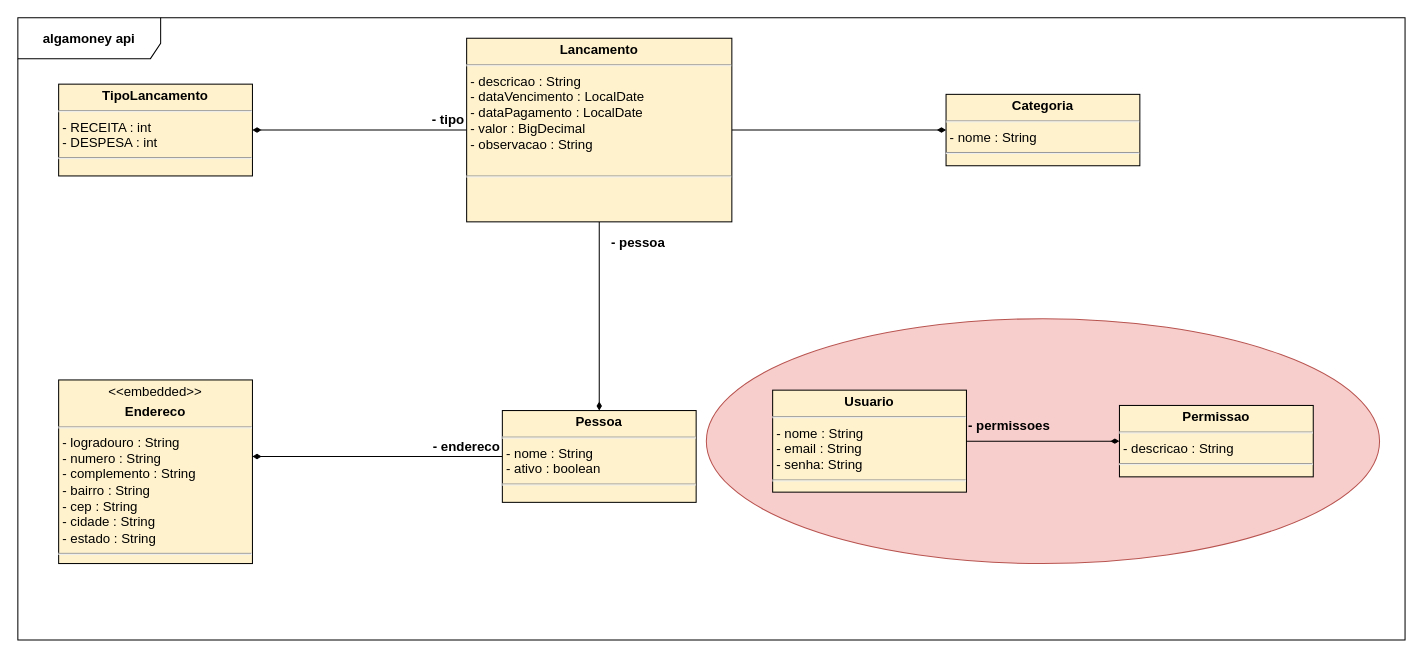
wbaamaral/curso.algaworks-algamoneyapi keeps this draw.io diagram as src/main/resources/uml/diagramaDeClassesAlgamoneyApi.drawio. Above is the earlier version. Source tidied: cells renumbered, new cells numbered last; positions are measured from the earlier drawing's top-left corner, leaving out a move shared by most shapes. Both pictures are drawn from the tidied source at 102%, with x=0, y=0 at pixel (17, 17).
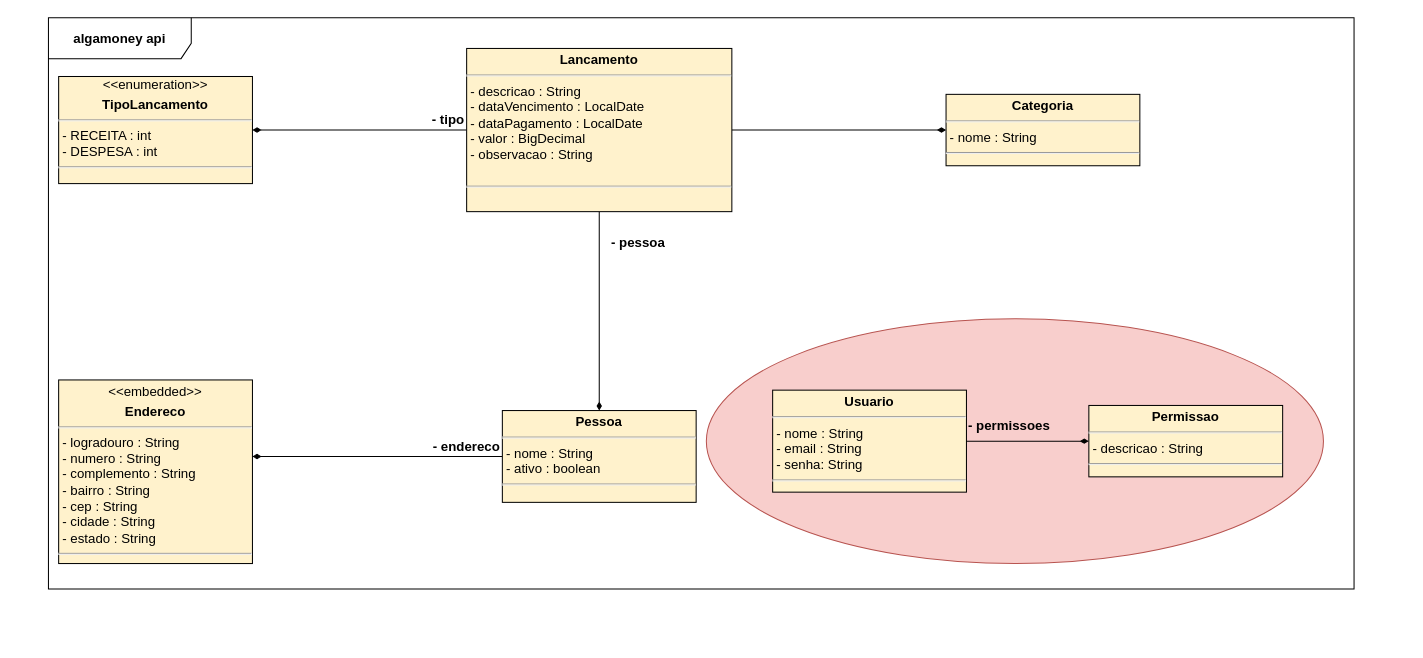
After the change.

Commit message:
ajuste mínimo no diagrama de classes

What changed in the source:
```diff
@@
 <mxGraphModel>
   <root>
     <mxCell id="0" />
     <mxCell id="1" parent="0" />
     <mxCell id="2" value="&lt;b&gt;algamoney api&lt;/b&gt;" style="shape=umlFrame;whiteSpace=wrap;html=1;rounded=0;shadow=0;glass=0;sketch=0;strokeColor=#000000;strokeWidth=1;fillColor=none;gradientColor=none;fontSize=13;align=center;width=140;height=40;" parent="1" vertex="1">
-      <mxGeometry width="1360" height="610" as="geometry" />
+      <mxGeometry x="30" width="1280" height="560" as="geometry" />
     </mxCell>
     <mxCell id="3" value="&lt;p style=&quot;margin: 4px 0px 0px; text-align: center; font-size: 13px;&quot;&gt;&lt;b style=&quot;font-size: 13px;&quot;&gt;Categoria&lt;/b&gt;&lt;/p&gt;&lt;hr style=&quot;font-size: 13px;&quot;&gt;&lt;p style=&quot;margin: 0px 0px 0px 4px; font-size: 13px;&quot;&gt;- nome : String&lt;br style=&quot;font-size: 13px;&quot;&gt;&lt;/p&gt;&lt;hr style=&quot;font-size: 13px;&quot;&gt;&lt;p style=&quot;margin: 0px 0px 0px 4px; font-size: 13px;&quot;&gt;&lt;br style=&quot;font-size: 13px;&quot;&gt;&lt;/p&gt;" style="verticalAlign=top;align=left;overflow=fill;fontSize=13;fontFamily=Helvetica;html=1;rounded=0;shadow=0;glass=0;sketch=0;strokeWidth=1;fillColor=#fff2cc;" parent="1" vertex="1">
       <mxGeometry x="910" y="75" width="190" height="70" as="geometry" />
     </mxCell>
     <mxCell id="4" style="edgeStyle=orthogonalEdgeStyle;rounded=0;jettySize=auto;html=1;endArrow=diamondThin;endFill=1;fontSize=13;" parent="1" edge="1" source="7" target="3">
       <mxGeometry relative="1" as="geometry" />
     </mxCell>
     <mxCell id="5" style="edgeStyle=orthogonalEdgeStyle;rounded=0;jettySize=auto;html=1;endArrow=diamondThin;endFill=1;fontSize=13;" parent="1" edge="1" source="7" target="9">
       <mxGeometry relative="1" as="geometry" />
     </mxCell>
     <mxCell id="6" style="edgeStyle=orthogonalEdgeStyle;rounded=0;jettySize=auto;html=1;endArrow=diamondThin;endFill=1;fontSize=13;" parent="1" edge="1" source="7" target="18">
       <mxGeometry relative="1" as="geometry" />
     </mxCell>
     <mxCell id="7" value="&lt;p style=&quot;margin: 4px 0px 0px; text-align: center; font-size: 13px;&quot;&gt;&lt;b style=&quot;font-size: 13px;&quot;&gt;Lancamento&lt;/b&gt;&lt;/p&gt;&lt;hr style=&quot;font-size: 13px;&quot;&gt;&lt;p style=&quot;margin: 0px 0px 0px 4px; font-size: 13px;&quot;&gt;- descricao : String&lt;br style=&quot;font-size: 13px;&quot;&gt;&lt;/p&gt;&lt;p style=&quot;margin: 0px 0px 0px 4px; font-size: 13px;&quot;&gt;- dataVencimento : LocalDate&lt;/p&gt;&lt;p style=&quot;margin: 0px 0px 0px 4px; font-size: 13px;&quot;&gt;- dataPagamento : LocalDate&lt;/p&gt;&lt;p style=&quot;margin: 0px 0px 0px 4px; font-size: 13px;&quot;&gt;- valor : BigDecimal&lt;/p&gt;&lt;p style=&quot;margin: 0px 0px 0px 4px; font-size: 13px;&quot;&gt;- observacao : String&lt;/p&gt;&lt;p style=&quot;margin: 0px 0px 0px 4px; font-size: 13px;&quot;&gt;&lt;br style=&quot;font-size: 13px;&quot;&gt;&lt;/p&gt;&lt;hr style=&quot;font-size: 13px;&quot;&gt;&lt;p style=&quot;margin: 0px 0px 0px 4px; font-size: 13px;&quot;&gt;&lt;br style=&quot;font-size: 13px;&quot;&gt;&lt;/p&gt;" style="verticalAlign=top;align=left;overflow=fill;fontSize=13;fontFamily=Helvetica;html=1;rounded=0;shadow=0;glass=0;sketch=0;strokeWidth=1;fillColor=#fff2cc;horizontal=1;spacingTop=0;" parent="1" vertex="1">
-      <mxGeometry x="440" y="20" width="260" height="180" as="geometry" />
+      <mxGeometry x="440" y="30" width="260" height="160" as="geometry" />
     </mxCell>
     <mxCell id="8" style="edgeStyle=orthogonalEdgeStyle;rounded=0;jettySize=auto;html=1;entryX=1;entryY=0.417;entryDx=0;entryDy=0;entryPerimeter=0;endArrow=diamondThin;endFill=1;fontSize=13;" parent="1" edge="1" source="9" target="10">
       <mxGeometry relative="1" as="geometry" />
     </mxCell>
     <mxCell id="9" value="&lt;p style=&quot;margin: 4px 0px 0px ; text-align: center ; font-size: 13px&quot;&gt;&lt;b style=&quot;font-size: 13px&quot;&gt;Pessoa&lt;/b&gt;&lt;/p&gt;&lt;hr style=&quot;font-size: 13px&quot;&gt;&lt;p style=&quot;margin: 0px 0px 0px 4px ; font-size: 13px&quot;&gt;- nome : String&lt;br style=&quot;font-size: 13px&quot;&gt;&lt;/p&gt;&lt;p style=&quot;margin: 0px 0px 0px 4px ; font-size: 13px&quot;&gt;- ativo : boolean&lt;/p&gt;&lt;hr style=&quot;font-size: 13px&quot;&gt;&lt;p style=&quot;margin: 0px 0px 0px 4px ; font-size: 13px&quot;&gt;&lt;br style=&quot;font-size: 13px&quot;&gt;&lt;/p&gt;" style="verticalAlign=top;align=left;overflow=fill;fontSize=13;fontFamily=Helvetica;html=1;rounded=0;shadow=0;glass=0;sketch=0;strokeWidth=1;fillColor=#fff2cc;" parent="1" vertex="1">
       <mxGeometry x="475" y="385" width="190" height="90" as="geometry" />
     </mxCell>
     <mxCell id="10" value="&lt;p style=&quot;margin: 4px 0px 0px ; text-align: center ; font-size: 13px&quot;&gt;&lt;span style=&quot;font-size: 13px&quot;&gt;&amp;lt;&amp;lt;embedded&amp;gt;&amp;gt;&lt;/span&gt;&lt;/p&gt;&lt;p style=&quot;margin: 4px 0px 0px ; text-align: center ; font-size: 13px&quot;&gt;&lt;b style=&quot;font-size: 13px&quot;&gt;Endereco&lt;/b&gt;&lt;/p&gt;&lt;hr style=&quot;font-size: 13px&quot;&gt;&lt;p style=&quot;margin: 0px 0px 0px 4px ; font-size: 13px&quot;&gt;- logradouro : String&lt;br style=&quot;font-size: 13px&quot;&gt;&lt;/p&gt;&lt;p style=&quot;margin: 0px 0px 0px 4px ; font-size: 13px&quot;&gt;- numero : String&lt;/p&gt;&lt;p style=&quot;margin: 0px 0px 0px 4px ; font-size: 13px&quot;&gt;- complemento : String&lt;/p&gt;&lt;p style=&quot;margin: 0px 0px 0px 4px ; font-size: 13px&quot;&gt;- bairro : String&lt;/p&gt;&lt;p style=&quot;margin: 0px 0px 0px 4px ; font-size: 13px&quot;&gt;- cep : String&lt;/p&gt;&lt;p style=&quot;margin: 0px 0px 0px 4px ; font-size: 13px&quot;&gt;- cidade : String&lt;/p&gt;&lt;p style=&quot;margin: 0px 0px 0px 4px ; font-size: 13px&quot;&gt;- estado : String&lt;/p&gt;&lt;hr style=&quot;font-size: 13px&quot;&gt;&lt;p style=&quot;margin: 0px 0px 0px 4px ; font-size: 13px&quot;&gt;&lt;br style=&quot;font-size: 13px&quot;&gt;&lt;/p&gt;" style="verticalAlign=top;align=left;overflow=fill;fontSize=13;fontFamily=Helvetica;html=1;rounded=0;shadow=0;glass=0;sketch=0;strokeWidth=1;fillColor=#fff2cc;" parent="1" vertex="1">
       <mxGeometry x="40" y="355" width="190" height="180" as="geometry" />
     </mxCell>
     <mxCell id="11" style="ellipse;whiteSpace=wrap;html=1;rounded=0;shadow=0;glass=0;sketch=0;strokeColor=#b85450;strokeWidth=1;fillColor=#f8cecc;align=left;" parent="1" vertex="1">
-      <mxGeometry x="675" y="295" width="660" height="240" as="geometry" />
+      <mxGeometry x="675" y="295" width="605" height="240" as="geometry" />
     </mxCell>
     <mxCell id="12" value="&lt;p style=&quot;margin: 4px 0px 0px; text-align: center; font-size: 13px;&quot;&gt;&lt;b style=&quot;font-size: 13px;&quot;&gt;Usuario&lt;/b&gt;&lt;/p&gt;&lt;hr style=&quot;font-size: 13px;&quot;&gt;&lt;p style=&quot;margin: 0px 0px 0px 4px; font-size: 13px;&quot;&gt;- nome : String&lt;br style=&quot;font-size: 13px;&quot;&gt;- email : String&lt;/p&gt;&lt;p style=&quot;margin: 0px 0px 0px 4px; font-size: 13px;&quot;&gt;- senha: String&lt;/p&gt;&lt;hr style=&quot;font-size: 13px;&quot;&gt;&lt;p style=&quot;margin: 0px 0px 0px 4px; font-size: 13px;&quot;&gt;&lt;br style=&quot;font-size: 13px;&quot;&gt;&lt;/p&gt;" style="verticalAlign=top;align=left;overflow=fill;fontSize=13;fontFamily=Helvetica;html=1;rounded=0;shadow=0;glass=0;sketch=0;strokeWidth=1;fillColor=#fff2cc;" parent="1" vertex="1">
       <mxGeometry x="740" y="365" width="190" height="100" as="geometry" />
     </mxCell>
     <mxCell id="13" value="&lt;p style=&quot;margin: 4px 0px 0px; text-align: center; font-size: 13px;&quot;&gt;&lt;b style=&quot;font-size: 13px;&quot;&gt;Permissao&lt;/b&gt;&lt;/p&gt;&lt;hr style=&quot;font-size: 13px;&quot;&gt;&lt;p style=&quot;margin: 0px 0px 0px 4px; font-size: 13px;&quot;&gt;- descricao : String&lt;br style=&quot;font-size: 13px;&quot;&gt;&lt;/p&gt;&lt;hr style=&quot;font-size: 13px;&quot;&gt;&lt;p style=&quot;margin: 0px 0px 0px 4px; font-size: 13px;&quot;&gt;&lt;br style=&quot;font-size: 13px;&quot;&gt;&lt;/p&gt;" style="verticalAlign=top;align=left;overflow=fill;fontSize=13;fontFamily=Helvetica;html=1;rounded=0;shadow=0;glass=0;sketch=0;strokeWidth=1;fillColor=#fff2cc;" parent="1" vertex="1">
-      <mxGeometry x="1080" y="380" width="190" height="70" as="geometry" />
+      <mxGeometry x="1050" y="380" width="190" height="70" as="geometry" />
     </mxCell>
     <mxCell id="14" style="edgeStyle=orthogonalEdgeStyle;rounded=0;jettySize=auto;html=1;entryX=0;entryY=0.5;entryDx=0;entryDy=0;endArrow=diamondThin;endFill=1;" parent="1" edge="1" source="12" target="13">
       <mxGeometry x="750" y="380" as="geometry" />
     </mxCell>
     <mxCell id="15" value="- permissoes" style="text;html=1;strokeColor=none;fillColor=none;align=left;verticalAlign=middle;whiteSpace=wrap;rounded=0;shadow=0;glass=0;sketch=0;fontStyle=1;fontSize=13;" parent="1" vertex="1">
       <mxGeometry x="930" y="390" width="120" height="20" as="geometry" />
     </mxCell>
     <mxCell id="16" value="- pessoa" style="text;html=1;strokeColor=none;fillColor=none;align=left;verticalAlign=middle;whiteSpace=wrap;rounded=0;shadow=0;glass=0;sketch=0;fontStyle=1;fontSize=13;" parent="1" vertex="1">
       <mxGeometry x="580" y="210" width="120" height="20" as="geometry" />
     </mxCell>
     <mxCell id="17" value="- endereco" style="text;html=1;strokeColor=none;fillColor=none;align=right;verticalAlign=middle;whiteSpace=wrap;rounded=0;shadow=0;glass=0;sketch=0;fontStyle=1;fontSize=13;" parent="1" vertex="1">
       <mxGeometry x="395" y="410" width="80" height="20" as="geometry" />
     </mxCell>
-    <mxCell id="18" value="&lt;p style=&quot;margin: 4px 0px 0px ; text-align: center ; font-size: 13px&quot;&gt;&lt;b style=&quot;font-size: 13px&quot;&gt;TipoLancamento&lt;/b&gt;&lt;/p&gt;&lt;hr style=&quot;font-size: 13px&quot;&gt;&lt;p style=&quot;margin: 0px 0px 0px 4px ; font-size: 13px&quot;&gt;- RECEITA : int&lt;br style=&quot;font-size: 13px&quot;&gt;&lt;/p&gt;&lt;p style=&quot;margin: 0px 0px 0px 4px ; font-size: 13px&quot;&gt;- DESPESA : int&lt;/p&gt;&lt;hr style=&quot;font-size: 13px&quot;&gt;&lt;p style=&quot;margin: 0px 0px 0px 4px ; font-size: 13px&quot;&gt;&lt;br style=&quot;font-size: 13px&quot;&gt;&lt;/p&gt;" style="verticalAlign=top;align=left;overflow=fill;fontSize=13;fontFamily=Helvetica;html=1;rounded=0;shadow=0;glass=0;sketch=0;strokeWidth=1;fillColor=#fff2cc;" parent="1" vertex="1">
-      <mxGeometry x="40" y="65" width="190" height="90" as="geometry" />
+    <mxCell id="18" value="&lt;div style=&quot;text-align: center&quot;&gt;&lt;span&gt;&amp;lt;&amp;lt;enumeration&amp;gt;&amp;gt;&lt;/span&gt;&lt;/div&gt;&lt;p style=&quot;margin: 4px 0px 0px ; text-align: center ; font-size: 13px&quot;&gt;&lt;b style=&quot;font-size: 13px&quot;&gt;TipoLancamento&lt;/b&gt;&lt;/p&gt;&lt;hr style=&quot;font-size: 13px&quot;&gt;&lt;p style=&quot;margin: 0px 0px 0px 4px ; font-size: 13px&quot;&gt;- RECEITA : int&lt;br style=&quot;font-size: 13px&quot;&gt;&lt;/p&gt;&lt;p style=&quot;margin: 0px 0px 0px 4px ; font-size: 13px&quot;&gt;- DESPESA : int&lt;/p&gt;&lt;hr style=&quot;font-size: 13px&quot;&gt;&lt;p style=&quot;margin: 0px 0px 0px 4px ; font-size: 13px&quot;&gt;&lt;br style=&quot;font-size: 13px&quot;&gt;&lt;/p&gt;" style="verticalAlign=top;align=left;overflow=fill;fontSize=13;fontFamily=Helvetica;html=1;rounded=0;shadow=0;glass=0;sketch=0;strokeWidth=1;fillColor=#fff2cc;" parent="1" vertex="1">
+      <mxGeometry x="40" y="57.5" width="190" height="105" as="geometry" />
     </mxCell>
     <mxCell id="19" value="- tipo" style="text;html=1;strokeColor=none;fillColor=none;align=right;verticalAlign=middle;whiteSpace=wrap;rounded=0;shadow=0;glass=0;sketch=0;fontStyle=1;fontSize=13;" parent="1" vertex="1">
       <mxGeometry x="360" y="90" width="80" height="20" as="geometry" />
     </mxCell>
   </root>
 </mxGraphModel>
```
